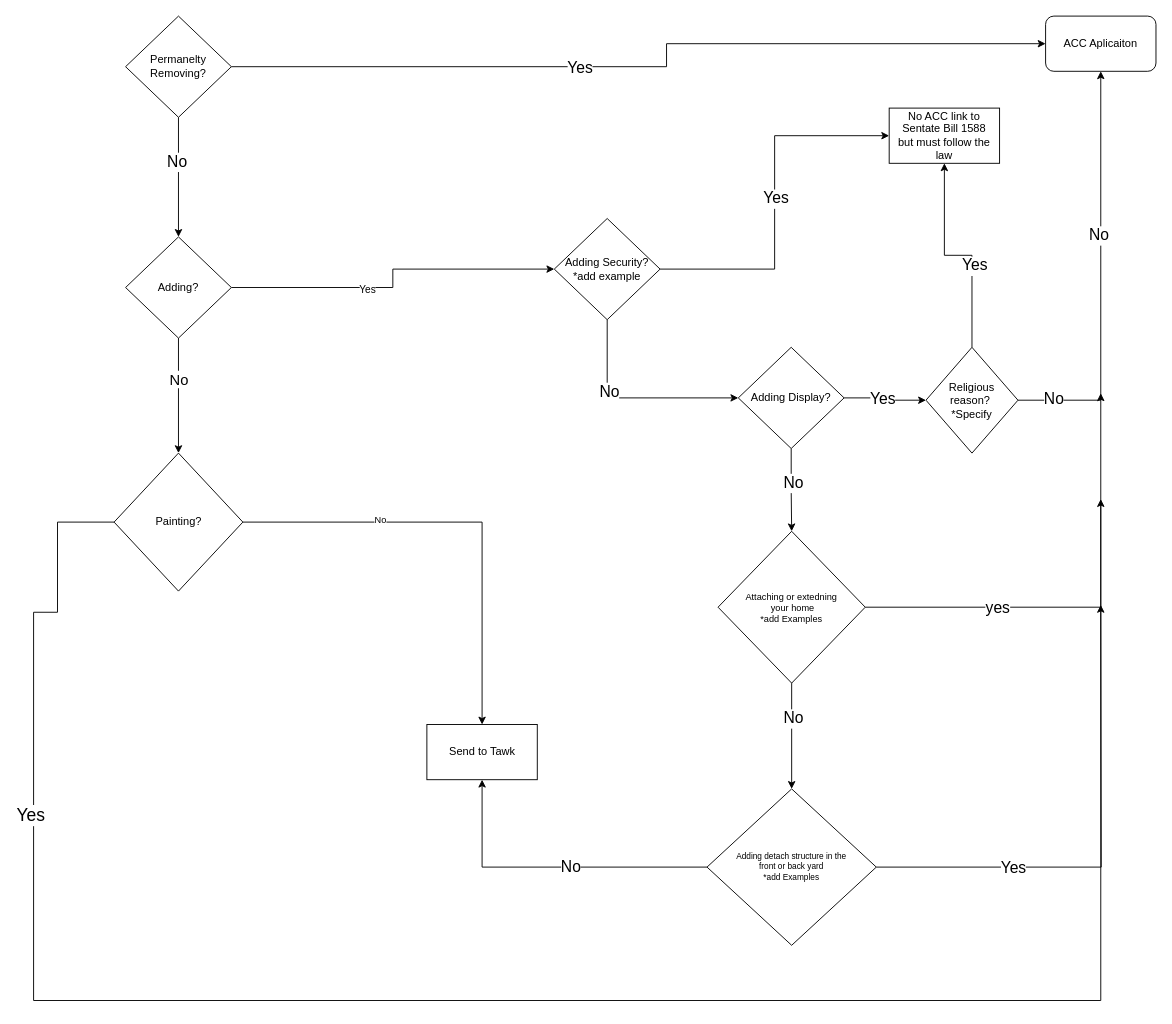
The draw.io diagram Photos/Untitled Diagram.drawio in SegNova/approval, before the edit. Source tidied: cells renumbered, new cells numbered last; positions are measured from the earlier drawing's top-left corner, leaving out a move shared by most shapes. Both pictures are drawn from the tidied source at 92%, with x=0, y=0 at pixel (33, 16).
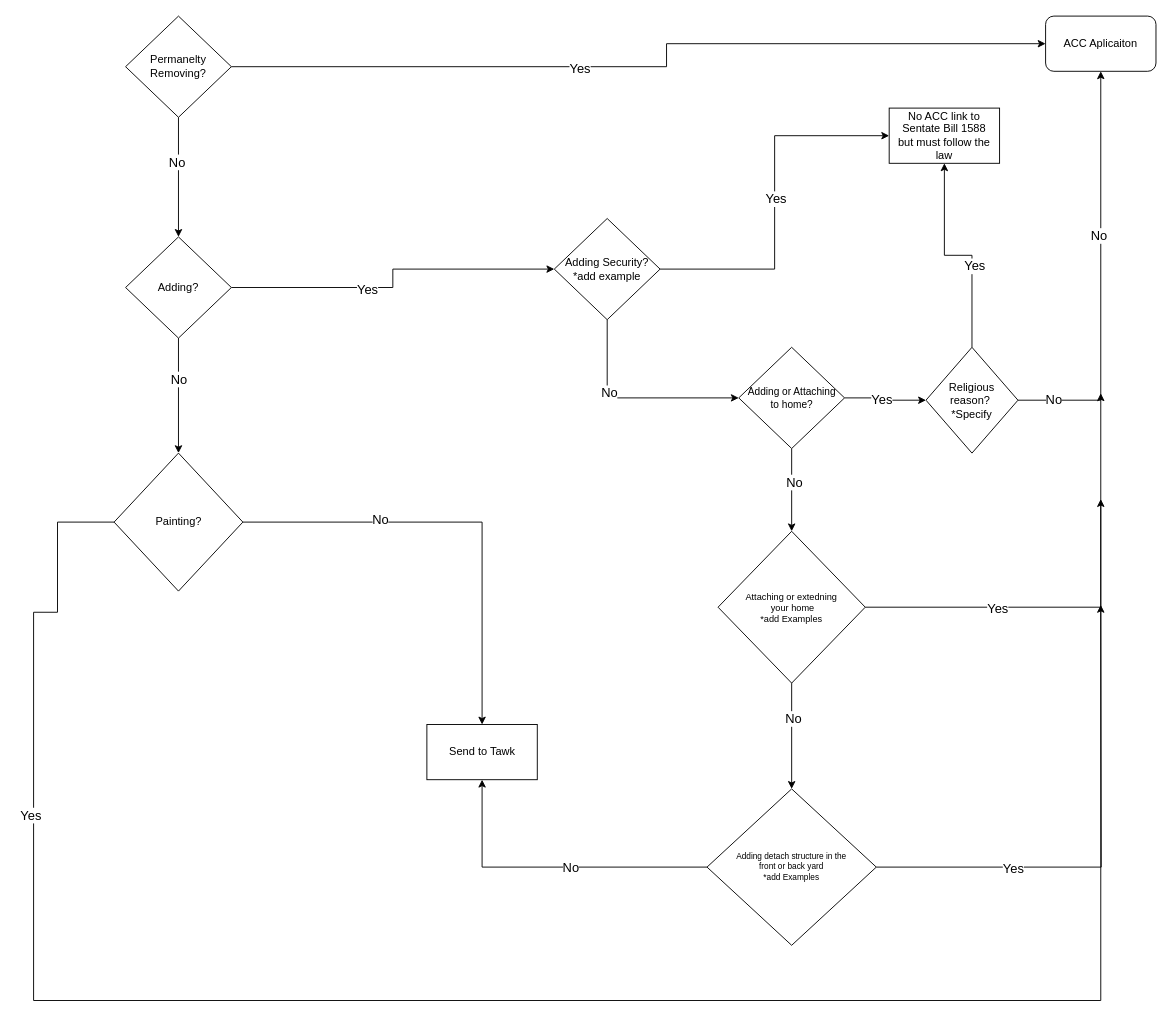
The same diagram, later.

The change refers to these unchanged cells:
```xml
<mxCell id="2" style="edgeStyle=orthogonalEdgeStyle;rounded=0;jettySize=auto;html=1;exitX=1;exitY=0.5;exitDx=0;exitDy=0;" parent="1" edge="1" source="6" target="7">
  <mxGeometry relative="1" as="geometry">
    <Array as="points">
      <mxPoint x="688" y="30" />
    </Array>
  </mxGeometry>
</mxCell>
<mxCell id="4" style="edgeStyle=orthogonalEdgeStyle;rounded=0;jettySize=auto;html=1;" parent="1" edge="1" source="6" target="12">
  <mxGeometry relative="1" as="geometry" />
</mxCell>
<mxCell id="8" style="edgeStyle=orthogonalEdgeStyle;rounded=0;jettySize=auto;html=1;" parent="1" edge="1" source="12" target="17">
  <mxGeometry relative="1" as="geometry" />
</mxCell>
<mxCell id="10" style="edgeStyle=orthogonalEdgeStyle;rounded=0;jettySize=auto;html=1;" parent="1" edge="1" source="12" target="23">
  <mxGeometry relative="1" as="geometry" />
</mxCell>
<mxCell id="13" style="edgeStyle=orthogonalEdgeStyle;rounded=0;jettySize=auto;html=1;" parent="1" edge="1" source="17" target="18">
  <mxGeometry relative="1" as="geometry" />
</mxCell>
<mxCell id="15" style="edgeStyle=orthogonalEdgeStyle;rounded=0;jettySize=auto;html=1;fontSize=10;exitX=0;exitY=0.5;exitDx=0;exitDy=0;" parent="1" edge="1" source="17">
  <mxGeometry relative="1" as="geometry">
    <mxPoint x="1160" y="525" as="targetPoint" />
    <Array as="points">
      <mxPoint x="26" y="550" />
      <mxPoint x="26" y="648" />
      <mxPoint y="648" />
      <mxPoint y="1070" />
      <mxPoint x="1160" y="1070" />
    </Array>
  </mxGeometry>
</mxCell>
<mxCell id="19" style="edgeStyle=orthogonalEdgeStyle;rounded=0;jettySize=auto;html=1;entryX=0;entryY=0.5;entryDx=0;entryDy=0;" parent="1" edge="1" source="23" target="24">
  <mxGeometry relative="1" as="geometry" />
</mxCell>
<mxCell id="21" style="edgeStyle=orthogonalEdgeStyle;rounded=0;jettySize=auto;html=1;" parent="1" edge="1" source="23" target="29">
  <mxGeometry relative="1" as="geometry">
    <Array as="points">
      <mxPoint x="825" y="415" />
    </Array>
  </mxGeometry>
</mxCell>
<mxCell id="25" style="edgeStyle=orthogonalEdgeStyle;rounded=0;jettySize=auto;html=1;" parent="1" edge="1" source="29" target="35">
  <mxGeometry relative="1" as="geometry" />
</mxCell>
<mxCell id="27" style="edgeStyle=orthogonalEdgeStyle;rounded=0;jettySize=auto;html=1;" parent="1" edge="1" source="29" target="40">
  <mxGeometry relative="1" as="geometry" />
</mxCell>
<mxCell id="30" style="edgeStyle=orthogonalEdgeStyle;rounded=0;jettySize=auto;html=1;" parent="1" edge="1" source="35" target="24">
  <mxGeometry relative="1" as="geometry" />
</mxCell>
<mxCell id="32" style="edgeStyle=orthogonalEdgeStyle;rounded=0;jettySize=auto;html=1;" parent="1" edge="1" source="35" target="7">
  <mxGeometry relative="1" as="geometry" />
</mxCell>
<mxCell id="36" style="edgeStyle=orthogonalEdgeStyle;rounded=0;jettySize=auto;html=1;exitX=1;exitY=0.5;exitDx=0;exitDy=0;" parent="1" edge="1" source="40">
  <mxGeometry relative="1" as="geometry">
    <mxPoint x="1160" y="410" as="targetPoint" />
    <Array as="points">
      <mxPoint x="1160" y="643" />
    </Array>
  </mxGeometry>
</mxCell>
<mxCell id="38" style="edgeStyle=orthogonalEdgeStyle;rounded=0;jettySize=auto;html=1;" parent="1" edge="1" source="40" target="45">
  <mxGeometry relative="1" as="geometry" />
</mxCell>
<mxCell id="41" style="edgeStyle=orthogonalEdgeStyle;rounded=0;jettySize=auto;html=1;" parent="1" edge="1" source="45">
  <mxGeometry relative="1" as="geometry">
    <mxPoint x="1160" y="640" as="targetPoint" />
  </mxGeometry>
</mxCell>
<mxCell id="43" style="edgeStyle=orthogonalEdgeStyle;rounded=0;jettySize=auto;html=1;" parent="1" edge="1" source="45" target="18">
  <mxGeometry relative="1" as="geometry" />
</mxCell>
```

Diff of the diagram source:
```diff
@@
-    <mxCell id="3" value="Yes" style="edgeLabel;html=1;align=center;verticalAlign=middle;fontSize=17;" parent="2" vertex="1">
+    <mxCell id="3" value="Yes" style="edgeLabel;html=1;align=center;verticalAlign=middle;fontSize=14;" parent="2" vertex="1">
       <mxGeometry x="-0.17" y="-1" relative="1" as="geometry" />
     </mxCell>
@@
-    <mxCell id="5" value="No" style="edgeLabel;html=1;align=center;verticalAlign=middle;fontSize=17;" parent="4" vertex="1">
+    <mxCell id="5" value="No" style="edgeLabel;html=1;align=center;verticalAlign=middle;fontSize=14;" parent="4" vertex="1">
       <mxGeometry x="-0.26" y="-2" relative="1" as="geometry" />
     </mxCell>
@@
-    <mxCell id="9" value="No" style="edgeLabel;html=1;align=center;verticalAlign=middle;fontSize=16;" parent="8" vertex="1">
+    <mxCell id="9" value="No" style="edgeLabel;html=1;align=center;verticalAlign=middle;fontSize=14;" parent="8" vertex="1">
       <mxGeometry x="-0.29" relative="1" as="geometry" />
     </mxCell>
@@
-    <mxCell id="11" value="Yes" style="edgeLabel;html=1;align=center;verticalAlign=middle;" parent="10" vertex="1">
+    <mxCell id="11" value="Yes" style="edgeLabel;html=1;align=center;verticalAlign=middle;fontSize=14;" parent="10" vertex="1">
       <mxGeometry x="-0.21" y="-2" relative="1" as="geometry" />
     </mxCell>
@@
-    <mxCell id="14" value="No" style="edgeLabel;html=1;align=center;verticalAlign=middle;fontSize=10;" parent="13" vertex="1">
+    <mxCell id="14" value="No" style="edgeLabel;html=1;align=center;verticalAlign=middle;fontSize=14;" parent="13" vertex="1">
       <mxGeometry x="-0.38" y="3" relative="1" as="geometry" />
     </mxCell>
@@
-    <mxCell id="16" value="Yes" style="edgeLabel;html=1;align=center;verticalAlign=middle;fontSize=19;" parent="15" vertex="1">
+    <mxCell id="16" value="Yes" style="edgeLabel;html=1;align=center;verticalAlign=middle;fontSize=14;" parent="15" vertex="1">
       <mxGeometry x="-0.65" y="-4" relative="1" as="geometry">
         <mxPoint y="1" as="offset" />
       </mxGeometry>
     </mxCell>
@@
-    <mxCell id="20" value="Yes" style="edgeLabel;html=1;align=center;verticalAlign=middle;fontSize=17;" parent="19" vertex="1">
+    <mxCell id="20" value="Yes" style="edgeLabel;html=1;align=center;verticalAlign=middle;fontSize=14;" parent="19" vertex="1">
       <mxGeometry x="-0.36" y="-1" relative="1" as="geometry">
         <mxPoint y="-75" as="offset" />
       </mxGeometry>
     </mxCell>
@@
-    <mxCell id="22" value="No" style="edgeLabel;html=1;align=center;verticalAlign=middle;fontSize=17;" parent="21" vertex="1">
+    <mxCell id="22" value="No" style="edgeLabel;html=1;align=center;verticalAlign=middle;fontSize=14;" parent="21" vertex="1">
       <mxGeometry x="-0.31" y="2" relative="1" as="geometry" />
     </mxCell>
@@
-    <mxCell id="26" value="Yes" style="edgeLabel;html=1;align=center;verticalAlign=middle;fontSize=17;" parent="25" vertex="1">
+    <mxCell id="26" value="Yes" style="edgeLabel;html=1;align=center;verticalAlign=middle;fontSize=14;" parent="25" vertex="1">
       <mxGeometry x="-0.11" y="-1" relative="1" as="geometry" />
     </mxCell>
@@
-    <mxCell id="28" value="No" style="edgeLabel;html=1;align=center;verticalAlign=middle;fontSize=17;" parent="27" vertex="1">
+    <mxCell id="28" value="No" style="edgeLabel;html=1;align=center;verticalAlign=middle;fontSize=14;" parent="27" vertex="1">
       <mxGeometry x="-0.19" y="2" relative="1" as="geometry" />
     </mxCell>
-    <mxCell id="29" value="Adding Display?" style="rhombus;whiteSpace=wrap;html=1;" parent="1" vertex="1">
-      <mxGeometry x="766" y="360" width="115" height="110" as="geometry" />
+    <mxCell id="29" value="Adding or Attaching &lt;br&gt;to home?" style="rhombus;whiteSpace=wrap;html=1;fontSize=11;" parent="1" vertex="1">
+      <mxGeometry x="766.5" y="360" width="115" height="110" as="geometry" />
     </mxCell>
@@
-    <mxCell id="31" value="Yes" style="edgeLabel;html=1;align=center;verticalAlign=middle;fontSize=17;" parent="30" vertex="1">
+    <mxCell id="31" value="Yes" style="edgeLabel;html=1;align=center;verticalAlign=middle;fontSize=14;" parent="30" vertex="1">
       <mxGeometry x="-0.23" y="-2" relative="1" as="geometry" />
     </mxCell>
@@
-    <mxCell id="33" value="No" style="edgeLabel;html=1;align=center;verticalAlign=middle;fontSize=17;" parent="32" vertex="1">
+    <mxCell id="33" value="No" style="edgeLabel;html=1;align=center;verticalAlign=middle;fontSize=14;" parent="32" vertex="1">
       <mxGeometry x="0.2" y="3" relative="1" as="geometry" />
     </mxCell>
-    <mxCell id="34" value="No" style="edgeLabel;html=1;align=center;verticalAlign=middle;fontSize=17;" parent="32" vertex="1">
+    <mxCell id="34" value="No" style="edgeLabel;html=1;align=center;verticalAlign=middle;fontSize=14;" parent="32" vertex="1">
       <mxGeometry x="-0.83" y="1" relative="1" as="geometry" />
     </mxCell>
@@
-    <mxCell id="37" value="yes" style="edgeLabel;html=1;align=center;verticalAlign=middle;fontSize=17;" parent="36" vertex="1">
+    <mxCell id="37" value="Yes" style="edgeLabel;html=1;align=center;verticalAlign=middle;fontSize=14;" parent="36" vertex="1">
       <mxGeometry x="-0.26" y="-1" relative="1" as="geometry">
         <mxPoint x="-38" as="offset" />
       </mxGeometry>
     </mxCell>
@@
-    <mxCell id="39" value="No" style="edgeLabel;html=1;align=center;verticalAlign=middle;fontSize=17;" parent="38" vertex="1">
+    <mxCell id="39" value="No" style="edgeLabel;html=1;align=center;verticalAlign=middle;fontSize=14;" parent="38" vertex="1">
       <mxGeometry x="-0.34" y="1" relative="1" as="geometry" />
     </mxCell>
@@
-    <mxCell id="42" value="Yes" style="edgeLabel;html=1;align=center;verticalAlign=middle;fontSize=17;" parent="41" vertex="1">
+    <mxCell id="42" value="Yes" style="edgeLabel;html=1;align=center;verticalAlign=middle;fontSize=14;" parent="41" vertex="1">
       <mxGeometry x="-0.44" y="-1" relative="1" as="geometry" />
     </mxCell>
@@
-    <mxCell id="44" value="No" style="edgeLabel;html=1;align=center;verticalAlign=middle;fontSize=17;" parent="43" vertex="1">
+    <mxCell id="44" value="No" style="edgeLabel;html=1;align=center;verticalAlign=middle;fontSize=14;" parent="43" vertex="1">
       <mxGeometry x="-0.12" relative="1" as="geometry" />
     </mxCell>
```
